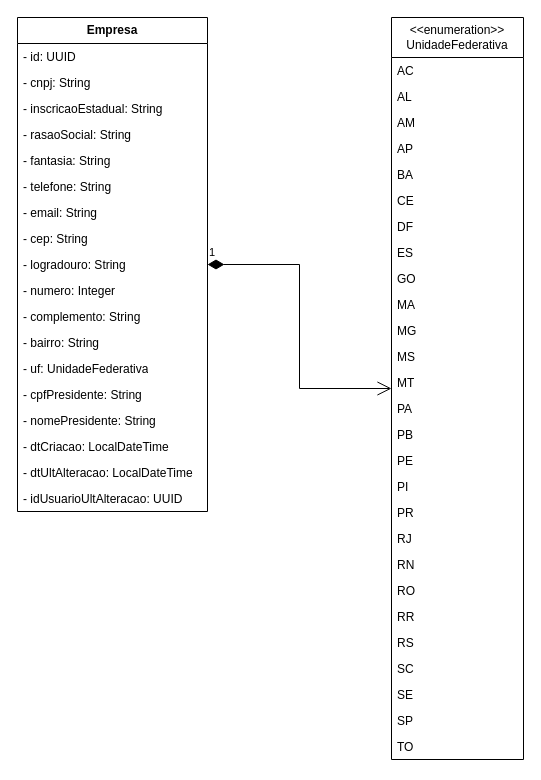
Above: documentacao/diagramas/classe/empresa/empresa.drawio in augustocesarsousa/ecommerce (draw.io), before the change. Source tidied: cells renumbered, new cells numbered last; positions are measured from the earlier drawing's top-left corner, leaving out a move shared by most shapes. Both pictures are drawn from the tidied source at 100%, with x=0, y=0 at pixel (17, 17).
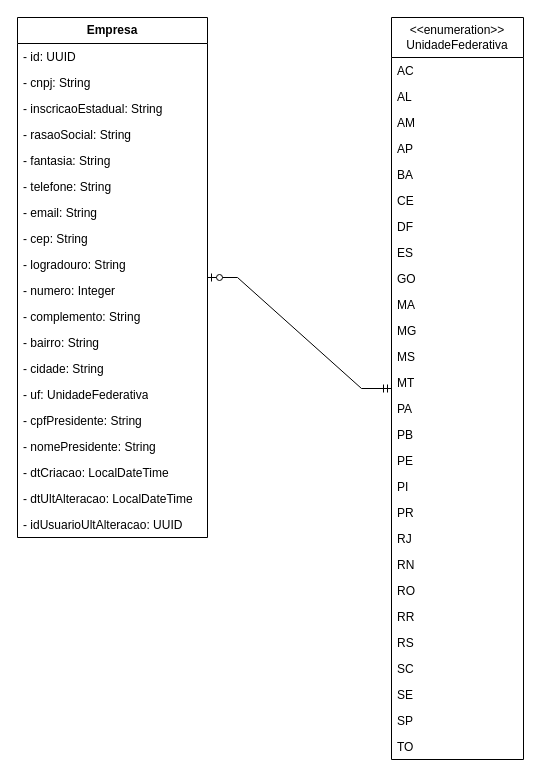
After the change.

Commit message:
docs(ms-empresa): adiciona etributo cidade na entidade Empresa

Unchanged cells that the change refers to:
```xml
<mxCell id="21" value="&amp;lt;&amp;lt;enumeration&amp;gt;&amp;gt;&lt;br&gt;UnidadeFederativa" style="swimlane;fontStyle=0;horizontal=1;startSize=40;fillColor=none;whiteSpace=wrap;html=1;" parent="1" vertex="1">
  <mxGeometry x="374" width="132" height="742" as="geometry" />
</mxCell>
```

Change to the diagram source:
```diff
@@
     <mxCell id="2" value="&lt;b&gt;Empresa&lt;/b&gt;" style="swimlane;fontStyle=0;horizontal=1;startSize=26;fillColor=none;whiteSpace=wrap;html=1;" parent="1" vertex="1">
-      <mxGeometry width="190" height="494" as="geometry" />
+      <mxGeometry width="190" height="520" as="geometry" />
     </mxCell>
@@
+    <mxCell id="50" value="- cidade: String" style="text;strokeColor=none;fillColor=none;align=left;verticalAlign=top;spacingLeft=4;spacingRight=4;overflow=hidden;whiteSpace=wrap;html=1;" parent="2" vertex="1">
+      <mxGeometry y="338" width="190" height="26" as="geometry" />
+    </mxCell>
     <mxCell id="15" value="- uf: UnidadeFederativa" style="text;strokeColor=none;fillColor=none;align=left;verticalAlign=top;spacingLeft=4;spacingRight=4;overflow=hidden;whiteSpace=wrap;html=1;" parent="2" vertex="1">
-      <mxGeometry y="338" width="190" height="26" as="geometry" />
+      <mxGeometry y="364" width="190" height="26" as="geometry" />
     </mxCell>
     <mxCell id="16" value="- cpfPresidente: String" style="text;strokeColor=none;fillColor=none;align=left;verticalAlign=top;spacingLeft=4;spacingRight=4;overflow=hidden;whiteSpace=wrap;html=1;" parent="2" vertex="1">
-      <mxGeometry y="364" width="190" height="26" as="geometry" />
+      <mxGeometry y="390" width="190" height="26" as="geometry" />
     </mxCell>
     <mxCell id="17" value="- nomePresidente: String" style="text;strokeColor=none;fillColor=none;align=left;verticalAlign=top;spacingLeft=4;spacingRight=4;overflow=hidden;whiteSpace=wrap;html=1;" parent="2" vertex="1">
-      <mxGeometry y="390" width="190" height="26" as="geometry" />
+      <mxGeometry y="416" width="190" height="26" as="geometry" />
     </mxCell>
     <mxCell id="18" value="- d&lt;span style=&quot;background-color: transparent;&quot;&gt;tCriacao&lt;/span&gt;: LocalDateTime" style="text;strokeColor=none;fillColor=none;align=left;verticalAlign=top;spacingLeft=4;spacingRight=4;overflow=hidden;whiteSpace=wrap;html=1;" parent="2" vertex="1">
-      <mxGeometry y="416" width="190" height="26" as="geometry" />
+      <mxGeometry y="442" width="190" height="26" as="geometry" />
     </mxCell>
     <mxCell id="19" value="- dtUltAlteracao: LocalDateTime" style="text;strokeColor=none;fillColor=none;align=left;verticalAlign=top;spacingLeft=4;spacingRight=4;overflow=hidden;whiteSpace=wrap;html=1;" parent="2" vertex="1">
-      <mxGeometry y="442" width="190" height="26" as="geometry" />
+      <mxGeometry y="468" width="190" height="26" as="geometry" />
     </mxCell>
     <mxCell id="20" value="- idUsuarioUltAlteracao: UUID" style="text;strokeColor=none;fillColor=none;align=left;verticalAlign=top;spacingLeft=4;spacingRight=4;overflow=hidden;whiteSpace=wrap;html=1;" parent="2" vertex="1">
-      <mxGeometry y="468" width="190" height="26" as="geometry" />
+      <mxGeometry y="494" width="190" height="26" as="geometry" />
     </mxCell>
@@
-    <mxCell id="49" value="1" style="endArrow=open;html=1;endSize=12;startArrow=diamondThin;startSize=14;startFill=1;edgeStyle=orthogonalEdgeStyle;align=left;verticalAlign=bottom;rounded=0;" parent="1" edge="1" source="2" target="21">
-      <mxGeometry x="-1" y="3" relative="1" as="geometry" />
-    </mxCell>
+    <mxCell id="51" style="edgeStyle=entityRelationEdgeStyle;fontSize=12;html=1;endArrow=ERzeroToOne;startArrow=ERmandOne;rounded=0;" parent="1" edge="1" source="21" target="2">
+      <mxGeometry relative="1" as="geometry" />
+    </mxCell>
```
